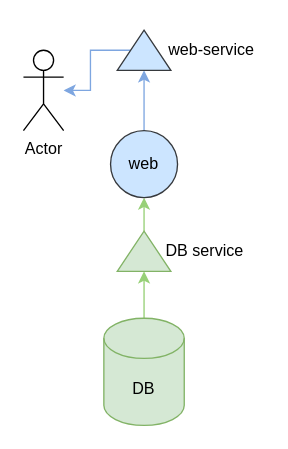
Before: assets/troubleshooting.drawio in aditya109/journey-CKA, a draw.io diagram. Source tidied: cells renumbered, new cells numbered last; positions are measured from the earlier drawing's top-left corner, leaving out a move shared by most shapes. Both pictures are drawn from the tidied source at 134%, with x=0, y=0 at pixel (23, 23).
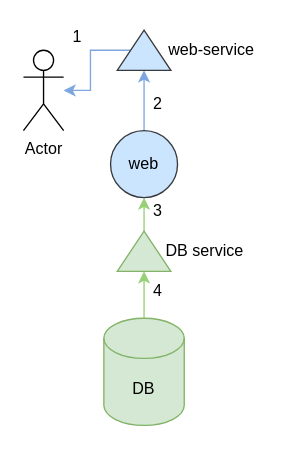
After the change.

What changed in the source:
```diff
@@
 <mxGraphModel>
   <root>
     <mxCell id="0" />
     <mxCell id="1" parent="0" />
     <mxCell id="2" style="edgeStyle=orthogonalEdgeStyle;rounded=0;jettySize=auto;html=1;entryX=0;entryY=0.5;entryDx=0;entryDy=0;strokeColor=#97D077;" parent="1" edge="1" source="3" target="5">
       <mxGeometry relative="1" as="geometry" />
     </mxCell>
     <mxCell id="3" value="DB" style="shape=cylinder3;whiteSpace=wrap;html=1;boundedLbl=1;backgroundOutline=1;size=15;fillColor=#d5e8d4;strokeColor=#82b366;" parent="1" vertex="1">
       <mxGeometry x="60" y="220" width="60" height="80" as="geometry" />
     </mxCell>
     <mxCell id="4" style="edgeStyle=orthogonalEdgeStyle;rounded=0;jettySize=auto;html=1;entryX=0.5;entryY=1;entryDx=0;entryDy=0;strokeColor=#97D077;" parent="1" edge="1" source="5" target="8">
       <mxGeometry relative="1" as="geometry" />
     </mxCell>
     <mxCell id="5" style="triangle;whiteSpace=wrap;html=1;rotation=-90;fillColor=#d5e8d4;strokeColor=#82b366;" parent="1" vertex="1">
       <mxGeometry x="75" y="150" width="30" height="40" as="geometry" />
     </mxCell>
     <mxCell id="6" value="DB service" style="text;html=1;align=center;verticalAlign=middle;strokeColor=none;fillColor=none;" parent="1" vertex="1">
       <mxGeometry x="100" y="160" width="70" height="20" as="geometry" />
     </mxCell>
     <mxCell id="7" style="edgeStyle=orthogonalEdgeStyle;rounded=0;jettySize=auto;html=1;entryX=0;entryY=0.5;entryDx=0;entryDy=0;strokeColor=#7EA6E0;" parent="1" edge="1" source="8" target="10">
       <mxGeometry relative="1" as="geometry" />
     </mxCell>
     <mxCell id="8" value="web" style="ellipse;whiteSpace=wrap;html=1;fillColor=#cce5ff;strokeColor=#36393d;" parent="1" vertex="1">
       <mxGeometry x="65" y="80" width="50" height="50" as="geometry" />
     </mxCell>
     <mxCell id="9" style="edgeStyle=orthogonalEdgeStyle;rounded=0;jettySize=auto;html=1;fillColor=#cce5ff;strokeColor=#7EA6E0;" parent="1" edge="1" source="10" target="12">
       <mxGeometry relative="1" as="geometry" />
     </mxCell>
     <mxCell id="10" style="triangle;whiteSpace=wrap;html=1;rotation=-90;fillColor=#cce5ff;strokeColor=#36393d;" parent="1" vertex="1">
       <mxGeometry x="75" width="30" height="40" as="geometry" />
     </mxCell>
     <mxCell id="11" value="web-service" style="text;html=1;align=center;verticalAlign=middle;strokeColor=none;fillColor=none;" parent="1" vertex="1">
       <mxGeometry x="100" y="10" width="80" height="20" as="geometry" />
     </mxCell>
     <mxCell id="12" value="Actor" style="shape=umlActor;verticalLabelPosition=bottom;verticalAlign=top;html=1;outlineConnect=0;" parent="1" vertex="1">
       <mxGeometry y="20" width="30" height="60" as="geometry" />
     </mxCell>
+    <mxCell id="13" value="1" style="text;html=1;align=center;verticalAlign=middle;strokeColor=none;fillColor=none;" parent="1" vertex="1">
+      <mxGeometry x="30" width="20" height="20" as="geometry" />
+    </mxCell>
+    <mxCell id="14" value="2" style="text;html=1;align=center;verticalAlign=middle;strokeColor=none;fillColor=none;" parent="1" vertex="1">
+      <mxGeometry x="90" y="50" width="20" height="20" as="geometry" />
+    </mxCell>
+    <mxCell id="15" value="3" style="text;html=1;align=center;verticalAlign=middle;strokeColor=none;fillColor=none;" parent="1" vertex="1">
+      <mxGeometry x="90" y="130" width="20" height="20" as="geometry" />
+    </mxCell>
+    <mxCell id="16" value="4" style="text;html=1;align=center;verticalAlign=middle;strokeColor=none;fillColor=none;" parent="1" vertex="1">
+      <mxGeometry x="90" y="190" width="20" height="20" as="geometry" />
+    </mxCell>
   </root>
 </mxGraphModel>
```
